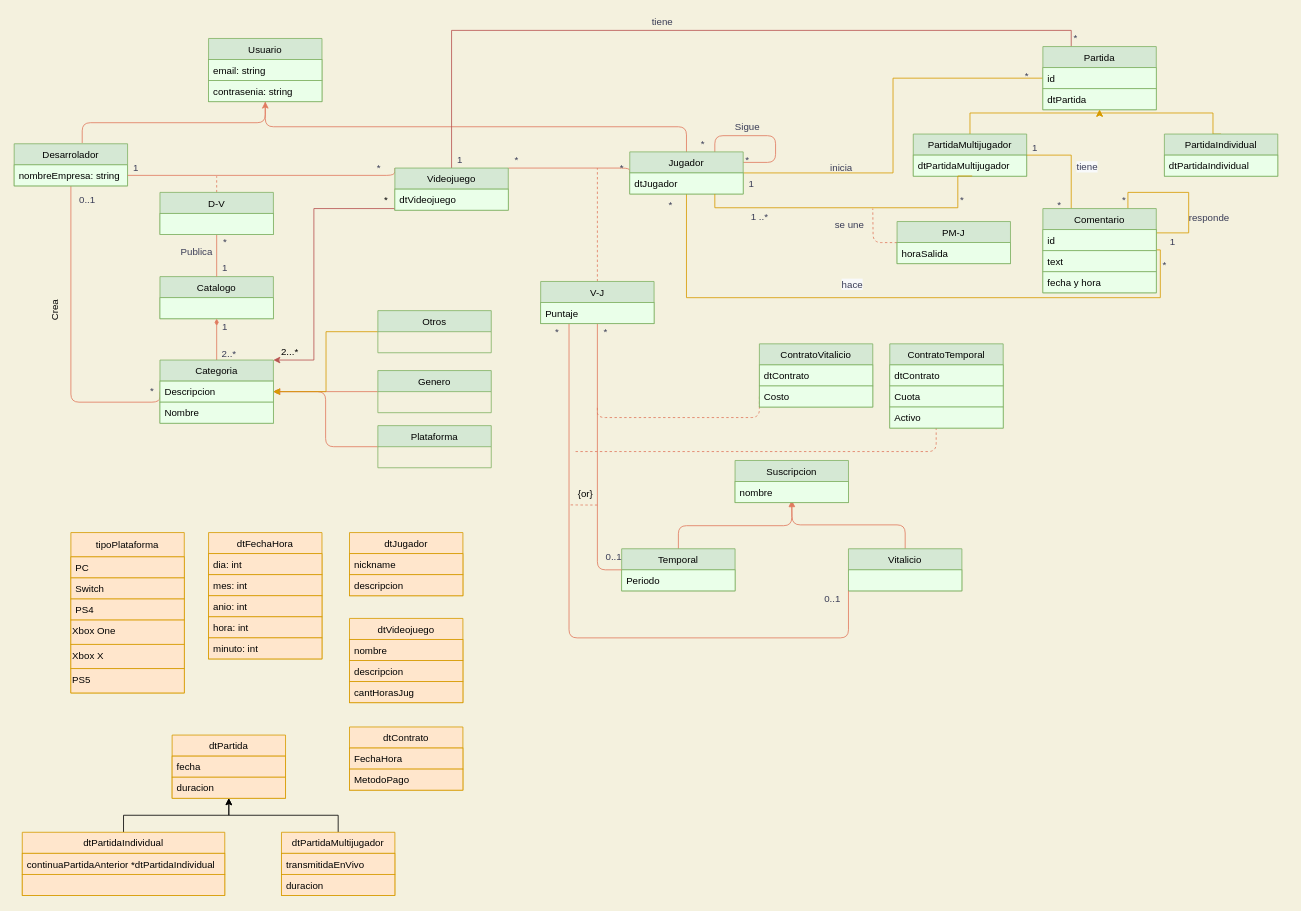
This is Modelo Dominio/ModeloDominioL1.drawio from CintiaLeal/Laboratorio_PA, a draw.io file, before an edit. Source tidied: cells renumbered, new cells numbered last; positions are measured from the earlier drawing's top-left corner, leaving out a move shared by most shapes. Both pictures are drawn from the tidied source at 81%, with x=0, y=0 at pixel (14, 14).
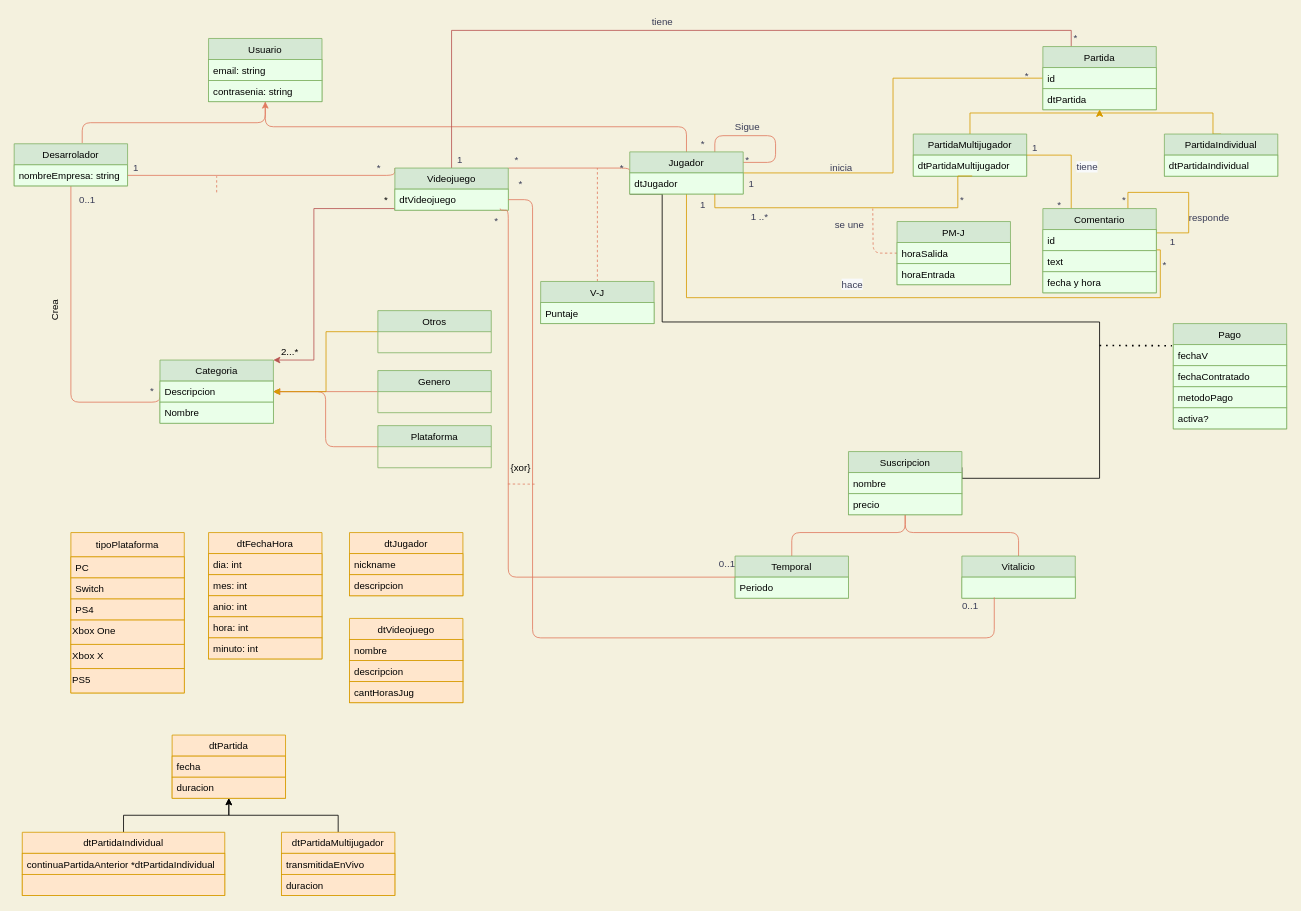
After the change.

Unchanged cells that the change refers to:
```xml
<mxCell id="11" value="Jugador" style="swimlane;fontStyle=0;horizontal=1;startSize=26;fillColor=#d5e8d4;strokeColor=#82b366;" parent="1" vertex="1">
  <mxGeometry x="760" y="170" width="140" height="52" as="geometry" />
</mxCell>
<mxCell id="21" value="Videojuego" style="swimlane;fontStyle=0;horizontal=1;startSize=26;fillColor=#d5e8d4;strokeColor=#82b366;" parent="1" vertex="1">
  <mxGeometry x="470" y="190" width="140" height="52" as="geometry" />
</mxCell>
<mxCell id="24" value="Categoria" style="swimlane;fontStyle=0;horizontal=1;startSize=26;fillColor=#d5e8d4;strokeColor=#82b366;" parent="1" vertex="1">
  <mxGeometry x="180" y="427" width="140" height="78" as="geometry" />
</mxCell>
<mxCell id="60" value="V-J" style="swimlane;fontStyle=0;horizontal=1;startSize=26;fillColor=#d5e8d4;strokeColor=#82b366;" parent="1" vertex="1">
  <mxGeometry x="650" y="330" width="140" height="52" as="geometry" />
</mxCell>
```

The edit, as a diff of the source:
```diff
@@
+    <mxCell id="153" style="edgeStyle=orthogonalEdgeStyle;rounded=0;jettySize=auto;html=1;exitX=0;exitY=1;exitDx=0;exitDy=0;entryX=1;entryY=0.25;entryDx=0;entryDy=0;endArrow=none;endFill=0;" parent="1" edge="1" source="11" target="53">
+      <mxGeometry relative="1" as="geometry">
+        <Array as="points">
+          <mxPoint x="800" y="222" />
+          <mxPoint x="800" y="380" />
+          <mxPoint x="1340" y="380" />
+          <mxPoint x="1340" y="573" />
+        </Array>
+      </mxGeometry>
+    </mxCell>
@@
-    <mxCell id="16" value="Catalogo" style="swimlane;fontStyle=0;horizontal=1;startSize=26;fillColor=#d5e8d4;strokeColor=#82b366;" parent="1" vertex="1">
-      <mxGeometry x="180" y="324" width="140" height="52" as="geometry" />
-    </mxCell>
-    <mxCell id="17" style="text;strokeColor=#82b366;fillColor=#EAFFE9;align=left;verticalAlign=top;spacingLeft=4;spacingRight=4;overflow=hidden;" parent="16" vertex="1">
-      <mxGeometry y="26" width="140" height="26" as="geometry" />
-    </mxCell>
@@
-    <mxCell id="23" style="edgeStyle=orthogonalEdgeStyle;curved=0;rounded=1;sketch=0;jettySize=auto;html=1;exitX=0.5;exitY=0;exitDx=0;exitDy=0;entryX=0.5;entryY=1;entryDx=0;entryDy=0;strokeColor=#E07A5F;fillColor=#F2CC8F;fontColor=#393C56;endArrow=diamondThin;endFill=1;" parent="1" edge="1" source="24" target="16">
-      <mxGeometry relative="1" as="geometry" />
-    </mxCell>
@@
-    <mxCell id="27" value="2..*" style="text;html=1;align=center;verticalAlign=middle;fontColor=#393C56;rotation=0;" parent="1" vertex="1">
-      <mxGeometry x="250" y="410" width="30" height="20" as="geometry" />
-    </mxCell>
-    <mxCell id="28" value="1" style="text;html=1;align=center;verticalAlign=middle;fontColor=#393C56;" parent="1" vertex="1">
-      <mxGeometry x="250" y="376" width="20" height="20" as="geometry" />
-    </mxCell>
@@
-    <mxCell id="34" value="*" style="text;html=1;align=center;verticalAlign=middle;fontColor=#393C56;" parent="1" vertex="1">
-      <mxGeometry x="250" y="272" width="20" height="20" as="geometry" />
-    </mxCell>
@@
-    <mxCell id="37" style="edgeStyle=orthogonalEdgeStyle;curved=0;rounded=1;sketch=0;jettySize=auto;html=1;exitX=0.5;exitY=0;exitDx=0;exitDy=0;endArrow=none;endFill=0;strokeColor=#E07A5F;fillColor=#F2CC8F;fontColor=#393C56;dashed=1;" parent="1" edge="1" source="39">
+    <mxCell id="37" style="edgeStyle=orthogonalEdgeStyle;curved=0;rounded=1;sketch=0;orthogonalLoop=1;jettySize=auto;html=1;exitX=0.5;exitY=0;exitDx=0;exitDy=0;endArrow=none;endFill=0;strokeColor=#E07A5F;fillColor=#F2CC8F;fontColor=#393C56;dashed=1;" parent="1" edge="1">
       <mxGeometry relative="1" as="geometry">
+        <mxPoint x="250" y="220" as="sourcePoint" />
         <mxPoint x="250" y="200" as="targetPoint" />
       </mxGeometry>
     </mxCell>
-    <mxCell id="38" style="edgeStyle=orthogonalEdgeStyle;curved=0;rounded=1;sketch=0;jettySize=auto;html=1;endArrow=none;endFill=0;strokeColor=#E07A5F;fillColor=#F2CC8F;fontColor=#393C56;exitX=0.5;exitY=1;exitDx=0;exitDy=0;entryX=0.5;entryY=0;entryDx=0;entryDy=0;" parent="1" edge="1" source="39" target="16">
-      <mxGeometry relative="1" as="geometry" />
-    </mxCell>
-    <mxCell id="39" value="D-V" style="swimlane;fontStyle=0;horizontal=1;startSize=26;fillColor=#d5e8d4;strokeColor=#82b366;" parent="1" vertex="1">
-      <mxGeometry x="180" y="220" width="140" height="52" as="geometry" />
-    </mxCell>
-    <mxCell id="40" style="text;strokeColor=#82b366;fillColor=#EAFFE9;align=left;verticalAlign=top;spacingLeft=4;spacingRight=4;overflow=hidden;" parent="39" vertex="1">
-      <mxGeometry y="26" width="140" height="26" as="geometry" />
-    </mxCell>
@@
-    <mxCell id="42" value="1" style="text;html=1;align=center;verticalAlign=middle;fontColor=#393C56;" parent="1" vertex="1">
-      <mxGeometry x="250" y="304" width="20" height="20" as="geometry" />
-    </mxCell>
-    <mxCell id="43" value="Publica" style="text;html=1;align=center;verticalAlign=middle;fontColor=#393C56;" parent="1" vertex="1">
-      <mxGeometry x="200" y="284" width="50" height="20" as="geometry" />
-    </mxCell>
@@
     <mxCell id="47" style="edgeStyle=orthogonalEdgeStyle;curved=0;rounded=1;sketch=0;jettySize=auto;html=1;exitX=0.5;exitY=0;exitDx=0;exitDy=0;entryX=0.5;entryY=1;entryDx=0;entryDy=0;endArrow=none;endFill=0;strokeColor=#E07A5F;fillColor=#F2CC8F;fontColor=#393C56;" parent="1" edge="1" source="48" target="53">
-      <mxGeometry relative="1" as="geometry" />
+      <mxGeometry relative="1" as="geometry">
+        <Array as="points">
+          <mxPoint x="960" y="640" />
+          <mxPoint x="1100" y="640" />
+        </Array>
+      </mxGeometry>
     </mxCell>
     <mxCell id="48" value="Temporal" style="swimlane;fontStyle=0;horizontal=1;startSize=26;fillColor=#d5e8d4;strokeColor=#82b366;" parent="1" vertex="1">
-      <mxGeometry x="750" y="660" width="140" height="52" as="geometry" />
+      <mxGeometry x="890" y="669" width="140" height="52" as="geometry" />
     </mxCell>
@@
     <mxCell id="50" style="edgeStyle=orthogonalEdgeStyle;curved=0;rounded=1;sketch=0;jettySize=auto;html=1;exitX=0.5;exitY=0;exitDx=0;exitDy=0;endArrow=block;endFill=1;strokeColor=#E07A5F;fillColor=#F2CC8F;fontColor=#393C56;" parent="1" edge="1" source="51">
       <mxGeometry relative="1" as="geometry">
-        <mxPoint x="960" y="600" as="targetPoint" />
+        <mxPoint x="1100" y="609" as="targetPoint" />
+        <Array as="points">
+          <mxPoint x="1240" y="640" />
+          <mxPoint x="1100" y="640" />
+        </Array>
       </mxGeometry>
     </mxCell>
     <mxCell id="51" value="Vitalicio" style="swimlane;fontStyle=0;horizontal=1;startSize=26;fillColor=#d5e8d4;strokeColor=#82b366;" parent="1" vertex="1">
-      <mxGeometry x="1030" y="660" width="140" height="52" as="geometry" />
+      <mxGeometry x="1170" y="669" width="140" height="52" as="geometry" />
     </mxCell>
@@
     <mxCell id="53" value="Suscripcion" style="swimlane;fontStyle=0;horizontal=1;startSize=26;fillColor=#d5e8d4;strokeColor=#82b366;" parent="1" vertex="1">
-      <mxGeometry x="890" y="551" width="140" height="52" as="geometry" />
+      <mxGeometry x="1030" y="540" width="140" height="78" as="geometry" />
     </mxCell>
@@
+    <mxCell id="154" value="precio" style="text;strokeColor=#82b366;fillColor=#EAFFE9;align=left;verticalAlign=top;spacingLeft=4;spacingRight=4;overflow=hidden;" parent="53" vertex="1">
+      <mxGeometry y="52" width="140" height="26" as="geometry" />
+    </mxCell>
@@
-    <mxCell id="58" style="edgeStyle=orthogonalEdgeStyle;curved=0;rounded=1;sketch=0;jettySize=auto;html=1;exitX=0.5;exitY=1;exitDx=0;exitDy=0;entryX=0;entryY=0.5;entryDx=0;entryDy=0;endArrow=none;endFill=0;strokeColor=#E07A5F;fillColor=#F2CC8F;fontColor=#393C56;" parent="1" edge="1" source="60" target="48">
-      <mxGeometry relative="1" as="geometry" />
+    <mxCell id="58" style="edgeStyle=orthogonalEdgeStyle;curved=0;rounded=1;sketch=0;jettySize=auto;html=1;entryX=0;entryY=0.5;entryDx=0;entryDy=0;endArrow=none;endFill=0;strokeColor=#E07A5F;fillColor=#F2CC8F;fontColor=#393C56;" parent="1" edge="1" target="48">
+      <mxGeometry relative="1" as="geometry">
+        <mxPoint x="600" y="240" as="sourcePoint" />
+        <Array as="points">
+          <mxPoint x="610" y="242" />
+          <mxPoint x="610" y="695" />
+        </Array>
+      </mxGeometry>
     </mxCell>
-    <mxCell id="59" style="edgeStyle=orthogonalEdgeStyle;curved=0;rounded=1;sketch=0;jettySize=auto;html=1;exitX=0.25;exitY=1;exitDx=0;exitDy=0;endArrow=none;endFill=0;strokeColor=#E07A5F;fillColor=#F2CC8F;fontColor=#393C56;entryX=0;entryY=1;entryDx=0;entryDy=0;" parent="1" edge="1" source="60" target="51">
+    <mxCell id="59" style="edgeStyle=orthogonalEdgeStyle;curved=0;rounded=1;sketch=0;jettySize=auto;html=1;exitX=1;exitY=0.75;exitDx=0;exitDy=0;endArrow=none;endFill=0;strokeColor=#E07A5F;fillColor=#F2CC8F;fontColor=#393C56;" parent="1" edge="1" source="21">
       <mxGeometry relative="1" as="geometry">
+        <mxPoint x="1210" y="720" as="targetPoint" />
         <Array as="points">
-          <mxPoint x="685" y="770" />
-          <mxPoint x="1030" y="770" />
+          <mxPoint x="640" y="229" />
+          <mxPoint x="640" y="770" />
+          <mxPoint x="1210" y="770" />
+          <mxPoint x="1210" y="721" />
         </Array>
       </mxGeometry>
     </mxCell>
@@
     <mxCell id="62" value="*" style="text;html=1;align=center;verticalAlign=middle;fontColor=#393C56;" parent="1" vertex="1">
-      <mxGeometry x="720" y="382" width="20" height="20" as="geometry" />
+      <mxGeometry x="615" y="200" width="20" height="20" as="geometry" />
     </mxCell>
     <mxCell id="63" value="0..1" style="text;html=1;align=center;verticalAlign=middle;fontColor=#393C56;" parent="1" vertex="1">
-      <mxGeometry x="720" y="660" width="40" height="20" as="geometry" />
+      <mxGeometry x="860" y="669" width="40" height="20" as="geometry" />
     </mxCell>
     <mxCell id="64" value="*" style="text;html=1;align=center;verticalAlign=middle;fontColor=#393C56;" parent="1" vertex="1">
-      <mxGeometry x="660" y="382" width="20" height="20" as="geometry" />
+      <mxGeometry x="585" y="246" width="20" height="20" as="geometry" />
     </mxCell>
     <mxCell id="65" value="0..1" style="text;html=1;align=center;verticalAlign=middle;fontColor=#393C56;" parent="1" vertex="1">
-      <mxGeometry x="990" y="712" width="40" height="20" as="geometry" />
+      <mxGeometry x="1160" y="721" width="40" height="20" as="geometry" />
     </mxCell>
-    <mxCell id="66" style="edgeStyle=orthogonalEdgeStyle;curved=0;rounded=1;sketch=0;jettySize=auto;html=1;endArrow=none;endFill=0;strokeColor=#E07A5F;fillColor=#F2CC8F;fontColor=#393C56;dashed=1;exitX=0;exitY=0.5;exitDx=0;exitDy=0;" parent="1" edge="1" source="143">
-      <mxGeometry relative="1" as="geometry">
-        <mxPoint x="720" y="484.9" as="targetPoint" />
-        <Array as="points">
-          <mxPoint x="720" y="498" />
-        </Array>
-      </mxGeometry>
-    </mxCell>
-    <mxCell id="67" style="edgeStyle=orthogonalEdgeStyle;curved=0;rounded=1;sketch=0;jettySize=auto;html=1;dashed=1;endArrow=none;endFill=0;strokeColor=#E07A5F;fillColor=#F2CC8F;fontColor=#393C56;exitX=0.409;exitY=0.976;exitDx=0;exitDy=0;exitPerimeter=0;" parent="1" edge="1" source="147">
-      <mxGeometry relative="1" as="geometry">
-        <mxPoint x="690" y="540" as="targetPoint" />
-        <Array as="points">
-          <mxPoint x="1138" y="540" />
-        </Array>
-      </mxGeometry>
-    </mxCell>
@@
-    <mxCell id="81" value="{or}" style="text;html=1;align=center;verticalAlign=middle;fillColor=none;strokeColor=none;rounded=0;" parent="1" vertex="1">
-      <mxGeometry x="690" y="583" width="30" height="20" as="geometry" />
+    <mxCell id="81" value="{xor}" style="text;html=1;align=center;verticalAlign=middle;fillColor=none;strokeColor=none;rounded=0;" parent="1" vertex="1">
+      <mxGeometry x="605" y="550" width="40" height="20" as="geometry" />
     </mxCell>
     <mxCell id="82" style="edgeStyle=orthogonalEdgeStyle;curved=0;rounded=1;sketch=0;orthogonalLoop=1;jettySize=auto;html=1;dashed=1;endArrow=none;endFill=0;strokeColor=#E07A5F;fillColor=#F2CC8F;fontColor=#393C56;" parent="1" edge="1">
       <mxGeometry relative="1" as="geometry">
-        <mxPoint x="720" y="606" as="sourcePoint" />
-        <mxPoint x="685" y="605.8" as="targetPoint" />
+        <mxPoint x="642.5" y="580.2" as="sourcePoint" />
+        <mxPoint x="607.5" y="580" as="targetPoint" />
         <Array as="points">
-          <mxPoint x="703" y="606" />
+          <mxPoint x="632.5" y="580.2" />
+          <mxPoint x="632.5" y="580.2" />
         </Array>
       </mxGeometry>
     </mxCell>
@@
     <mxCell id="112" value="PM-J" style="swimlane;fontStyle=0;horizontal=1;startSize=26;fillColor=#d5e8d4;strokeColor=#82b366;" parent="1" vertex="1">
-      <mxGeometry x="1090" y="256" width="140" height="52" as="geometry" />
+      <mxGeometry x="1090" y="256" width="140" height="78" as="geometry" />
     </mxCell>
@@
+    <mxCell id="155" value="horaEntrada" style="text;strokeColor=#82b366;fillColor=#EAFFE9;align=left;verticalAlign=top;spacingLeft=4;spacingRight=4;overflow=hidden;" parent="112" vertex="1">
+      <mxGeometry y="52" width="140" height="26" as="geometry" />
+    </mxCell>
@@
-    <mxCell id="135" value="*" style="text;html=1;align=center;verticalAlign=middle;fontColor=#393C56;" parent="1" vertex="1">
-      <mxGeometry x="800" y="226" width="20" height="20" as="geometry" />
+    <mxCell id="135" value="1" style="text;html=1;align=center;verticalAlign=middle;fontColor=#393C56;" parent="1" vertex="1">
+      <mxGeometry x="840" y="226" width="20" height="20" as="geometry" />
     </mxCell>
@@
-    <mxCell id="141" value="ContratoVitalicio" style="swimlane;fontStyle=0;horizontal=1;startSize=26;fillColor=#d5e8d4;strokeColor=#82b366;" parent="1" vertex="1">
-      <mxGeometry x="920" y="407" width="140" height="78" as="geometry" />
-    </mxCell>
-    <mxCell id="142" value="dtContrato" style="text;strokeColor=#82b366;fillColor=#EAFFE9;align=left;verticalAlign=top;spacingLeft=4;spacingRight=4;overflow=hidden;" parent="141" vertex="1">
-      <mxGeometry y="26" width="140" height="26" as="geometry" />
-    </mxCell>
-    <mxCell id="143" value="Costo" style="text;strokeColor=#82b366;fillColor=#EAFFE9;align=left;verticalAlign=top;spacingLeft=4;spacingRight=4;overflow=hidden;points=[[0,0.5],[1,0.5]];portConstraint=eastwest;" parent="141" vertex="1">
-      <mxGeometry y="52" width="140" height="26" as="geometry" />
-    </mxCell>
-    <mxCell id="144" value="ContratoTemporal" style="swimlane;fontStyle=0;horizontal=1;startSize=26;fillColor=#d5e8d4;strokeColor=#82b366;" parent="1" vertex="1">
-      <mxGeometry x="1081" y="407" width="140" height="104" as="geometry" />
-    </mxCell>
-    <mxCell id="145" value="dtContrato" style="text;strokeColor=#82b366;fillColor=#EAFFE9;align=left;verticalAlign=top;spacingLeft=4;spacingRight=4;overflow=hidden;" parent="144" vertex="1">
-      <mxGeometry y="26" width="140" height="26" as="geometry" />
-    </mxCell>
-    <mxCell id="146" value="Cuota" style="text;strokeColor=#82b366;fillColor=#EAFFE9;align=left;verticalAlign=top;spacingLeft=4;spacingRight=4;overflow=hidden;" parent="144" vertex="1">
-      <mxGeometry y="52" width="140" height="26" as="geometry" />
-    </mxCell>
-    <mxCell id="147" value="Activo" style="text;strokeColor=#82b366;fillColor=#EAFFE9;align=left;verticalAlign=top;spacingLeft=4;spacingRight=4;overflow=hidden;points=[[0,0.5],[1,0.5]];portConstraint=eastwest;" parent="144" vertex="1">
-      <mxGeometry y="78" width="140" height="26" as="geometry" />
-    </mxCell>
-    <mxCell id="148" value="dtContrato" style="swimlane;fontStyle=0;horizontal=1;startSize=26;fillColor=#ffe6cc;strokeColor=#d79b00;" parent="1" vertex="1">
-      <mxGeometry x="414" y="880" width="140" height="78" as="geometry" />
-    </mxCell>
-    <mxCell id="149" value="FechaHora" style="text;strokeColor=#d79b00;fillColor=#ffe6cc;align=left;verticalAlign=top;spacingLeft=4;spacingRight=4;overflow=hidden;" parent="148" vertex="1">
-      <mxGeometry y="26" width="140" height="26" as="geometry" />
-    </mxCell>
-    <mxCell id="150" value="MetodoPago" style="text;strokeColor=#d79b00;fillColor=#ffe6cc;align=left;verticalAlign=top;spacingLeft=4;spacingRight=4;overflow=hidden;" parent="148" vertex="1">
-      <mxGeometry y="52" width="140" height="26" as="geometry" />
-    </mxCell>
@@
+    <mxCell id="156" value="Pago" style="swimlane;fontStyle=0;horizontal=1;startSize=26;fillColor=#d5e8d4;strokeColor=#82b366;" parent="1" vertex="1">
+      <mxGeometry x="1431" y="382" width="140" height="130" as="geometry" />
+    </mxCell>
+    <mxCell id="157" value="fechaV" style="text;strokeColor=#82b366;fillColor=#EAFFE9;align=left;verticalAlign=top;spacingLeft=4;spacingRight=4;overflow=hidden;points=[[0,0.5],[1,0.5]];portConstraint=eastwest;" parent="156" vertex="1">
+      <mxGeometry y="26" width="140" height="26" as="geometry" />
+    </mxCell>
+    <mxCell id="158" value="fechaContratado" style="text;strokeColor=#82b366;fillColor=#EAFFE9;align=left;verticalAlign=top;spacingLeft=4;spacingRight=4;overflow=hidden;" parent="156" vertex="1">
+      <mxGeometry y="52" width="140" height="26" as="geometry" />
+    </mxCell>
+    <mxCell id="159" value="metodoPago" style="text;strokeColor=#82b366;fillColor=#EAFFE9;align=left;verticalAlign=top;spacingLeft=4;spacingRight=4;overflow=hidden;" parent="156" vertex="1">
+      <mxGeometry y="78" width="140" height="26" as="geometry" />
+    </mxCell>
+    <mxCell id="160" value="activa?" style="text;strokeColor=#82b366;fillColor=#EAFFE9;align=left;verticalAlign=top;spacingLeft=4;spacingRight=4;overflow=hidden;" parent="156" vertex="1">
+      <mxGeometry y="104" width="140" height="26" as="geometry" />
+    </mxCell>
+    <mxCell id="161" style="endArrow=none;dashed=1;html=1;dashPattern=1 3;strokeWidth=2;rounded=0;entryX=-0.012;entryY=0.051;entryDx=0;entryDy=0;entryPerimeter=0;" parent="1" edge="1" target="157">
+      <mxGeometry relative="1" as="geometry">
+        <mxPoint x="1340" y="409" as="sourcePoint" />
+      </mxGeometry>
+    </mxCell>
```
